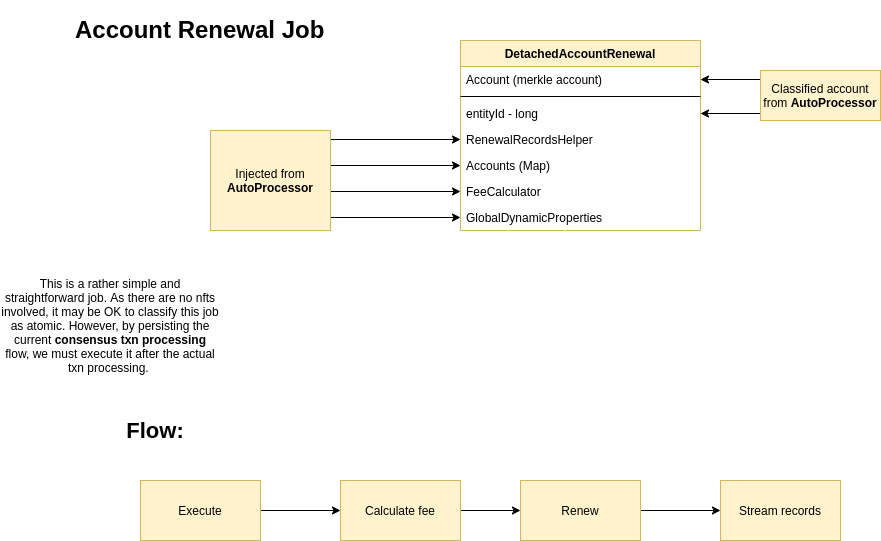
Above: docs/expiry-and-auto-renewal/images/DetachedAccountRenewal.png in hashgraph/hedera-services (draw.io), before the change. Source tidied: cells renumbered, new cells last; positions are measured from the earlier drawing's top-left corner, leaving out a move shared by most shapes. The source it was exported from:
```xml
<mxGraphModel background="#ffffff">
  <root>
    <mxCell id="0" />
    <mxCell id="1" parent="0" />
    <mxCell id="2" value="&lt;h1&gt;Account Renewal Job&lt;/h1&gt;" style="text;html=1;strokeColor=none;fillColor=none;spacing=5;spacingTop=-20;whiteSpace=wrap;overflow=hidden;rounded=0;" parent="1" vertex="1">
      <mxGeometry x="70" width="260" height="90" as="geometry" />
    </mxCell>
    <mxCell id="3" value="DetachedAccountRenewal" style="swimlane;fontStyle=1;align=center;verticalAlign=top;horizontal=1;startSize=26;fillColor=#fff2cc;strokeColor=#d6b656;" parent="1" vertex="1">
      <mxGeometry x="460" y="30" width="240" height="190" as="geometry" />
    </mxCell>
    <mxCell id="4" value="Account (merkle account)" style="text;strokeColor=none;fillColor=none;align=left;verticalAlign=top;spacingLeft=4;spacingRight=4;overflow=hidden;points=[[0,0.5],[1,0.5]];portConstraint=eastwest;" parent="3" vertex="1">
      <mxGeometry y="26" width="240" height="26" as="geometry" />
    </mxCell>
    <mxCell id="5" style="line;strokeWidth=1;fillColor=none;align=left;verticalAlign=middle;spacingTop=-1;spacingLeft=3;spacingRight=3;labelPosition=right;" parent="3" vertex="1">
      <mxGeometry y="52" width="240" height="8" as="geometry" />
    </mxCell>
    <mxCell id="6" value="entityId - long" style="text;strokeColor=none;fillColor=none;align=left;verticalAlign=top;spacingLeft=4;spacingRight=4;overflow=hidden;points=[[0,0.5],[1,0.5]];portConstraint=eastwest;" parent="3" vertex="1">
      <mxGeometry y="60" width="240" height="26" as="geometry" />
    </mxCell>
    <mxCell id="7" value="RenewalRecordsHelper" style="text;strokeColor=none;fillColor=none;align=left;verticalAlign=top;spacingLeft=4;spacingRight=4;overflow=hidden;points=[[0,0.5],[1,0.5]];portConstraint=eastwest;" parent="3" vertex="1">
      <mxGeometry y="86" width="240" height="26" as="geometry" />
    </mxCell>
    <mxCell id="8" value="Accounts (Map)" style="text;strokeColor=none;fillColor=none;align=left;verticalAlign=top;spacingLeft=4;spacingRight=4;overflow=hidden;points=[[0,0.5],[1,0.5]];portConstraint=eastwest;" parent="3" vertex="1">
      <mxGeometry y="112" width="240" height="26" as="geometry" />
    </mxCell>
    <mxCell id="9" value="FeeCalculator" style="text;strokeColor=none;fillColor=none;align=left;verticalAlign=top;spacingLeft=4;spacingRight=4;overflow=hidden;points=[[0,0.5],[1,0.5]];portConstraint=eastwest;" parent="3" vertex="1">
      <mxGeometry y="138" width="240" height="26" as="geometry" />
    </mxCell>
    <mxCell id="10" value="GlobalDynamicProperties" style="text;strokeColor=none;fillColor=none;align=left;verticalAlign=top;spacingLeft=4;spacingRight=4;overflow=hidden;points=[[0,0.5],[1,0.5]];portConstraint=eastwest;" parent="3" vertex="1">
      <mxGeometry y="164" width="240" height="26" as="geometry" />
    </mxCell>
    <mxCell id="11" style="endArrow=classic;html=1;entryX=1;entryY=0.5;entryDx=0;entryDy=0;" parent="1" edge="1" target="4">
      <mxGeometry relative="1" as="geometry">
        <mxPoint x="760" y="69" as="sourcePoint" />
      </mxGeometry>
    </mxCell>
    <mxCell id="12" style="endArrow=classic;html=1;entryX=1;entryY=0.5;entryDx=0;entryDy=0;" parent="1" edge="1" target="6">
      <mxGeometry relative="1" as="geometry">
        <mxPoint x="760" y="103" as="sourcePoint" />
      </mxGeometry>
    </mxCell>
    <mxCell id="13" value="Classified account from &lt;b&gt;AutoProcessor&lt;/b&gt;" style="rounded=0;whiteSpace=wrap;html=1;fillColor=#fff2cc;strokeColor=#d6b656;" parent="1" vertex="1">
      <mxGeometry x="760" y="60" width="120" height="50" as="geometry" />
    </mxCell>
    <mxCell id="14" style="endArrow=classic;html=1;entryX=0;entryY=0.5;entryDx=0;entryDy=0;" parent="1" edge="1" target="7">
      <mxGeometry relative="1" as="geometry">
        <mxPoint x="330" y="129" as="sourcePoint" />
      </mxGeometry>
    </mxCell>
    <mxCell id="15" style="endArrow=classic;html=1;entryX=0;entryY=0.5;entryDx=0;entryDy=0;" parent="1" edge="1" target="8">
      <mxGeometry relative="1" as="geometry">
        <mxPoint x="330" y="155" as="sourcePoint" />
      </mxGeometry>
    </mxCell>
    <mxCell id="16" style="endArrow=classic;html=1;entryX=0;entryY=0.5;entryDx=0;entryDy=0;" parent="1" edge="1" target="9">
      <mxGeometry relative="1" as="geometry">
        <mxPoint x="330" y="181" as="sourcePoint" />
      </mxGeometry>
    </mxCell>
    <mxCell id="17" style="endArrow=classic;html=1;entryX=0;entryY=0.5;entryDx=0;entryDy=0;" parent="1" edge="1" target="10">
      <mxGeometry relative="1" as="geometry">
        <mxPoint x="330" y="207" as="sourcePoint" />
      </mxGeometry>
    </mxCell>
    <mxCell id="18" value="Injected from &lt;b&gt;AutoProcessor&lt;/b&gt;" style="rounded=0;whiteSpace=wrap;html=1;fillColor=#fff2cc;strokeColor=#d6b656;" parent="1" vertex="1">
      <mxGeometry x="210" y="120" width="120" height="100" as="geometry" />
    </mxCell>
    <mxCell id="19" value="Flow:" style="text;html=1;strokeColor=none;fillColor=none;align=center;verticalAlign=middle;whiteSpace=wrap;rounded=0;fontSize=22;fontStyle=1;" parent="1" vertex="1">
      <mxGeometry x="70" y="390" width="170" height="60" as="geometry" />
    </mxCell>
    <mxCell id="20" style="edgeStyle=orthogonalEdgeStyle;rounded=0;jettySize=auto;html=1;fontSize=12;" parent="1" edge="1" source="21" target="23">
      <mxGeometry relative="1" as="geometry" />
    </mxCell>
    <mxCell id="21" value="Execute" style="rounded=0;whiteSpace=wrap;html=1;fontSize=12;fillColor=#fff2cc;strokeColor=#d6b656;" parent="1" vertex="1">
      <mxGeometry x="140" y="470" width="120" height="60" as="geometry" />
    </mxCell>
    <mxCell id="22" style="edgeStyle=orthogonalEdgeStyle;rounded=0;jettySize=auto;html=1;fontSize=12;" parent="1" edge="1" source="23" target="25">
      <mxGeometry relative="1" as="geometry" />
    </mxCell>
    <mxCell id="23" value="Calculate fee" style="whiteSpace=wrap;html=1;rounded=0;fillColor=#fff2cc;strokeColor=#d6b656;" parent="1" vertex="1">
      <mxGeometry x="340" y="470" width="120" height="60" as="geometry" />
    </mxCell>
    <mxCell id="24" style="edgeStyle=orthogonalEdgeStyle;rounded=0;jettySize=auto;html=1;fontSize=12;" parent="1" edge="1" source="25" target="26">
      <mxGeometry relative="1" as="geometry" />
    </mxCell>
    <mxCell id="25" value="Renew" style="whiteSpace=wrap;html=1;rounded=0;fillColor=#fff2cc;strokeColor=#d6b656;" parent="1" vertex="1">
      <mxGeometry x="520" y="470" width="120" height="60" as="geometry" />
    </mxCell>
    <mxCell id="26" value="Stream records" style="whiteSpace=wrap;html=1;rounded=0;fillColor=#fff2cc;strokeColor=#d6b656;" parent="1" vertex="1">
      <mxGeometry x="720" y="470" width="120" height="60" as="geometry" />
    </mxCell>
    <mxCell id="27" value="This is a rather simple and straightforward job. As there are no nfts involved, it may be OK to classify this job as atomic. However, by persisting the current &lt;b&gt;consensus txn processing&lt;/b&gt; flow, we must execute it after the actual txn processing.&amp;nbsp;" style="text;html=1;strokeColor=none;fillColor=none;align=center;verticalAlign=middle;whiteSpace=wrap;rounded=0;fontSize=12;" parent="1" vertex="1">
      <mxGeometry y="250" width="220" height="130" as="geometry" />
    </mxCell>
  </root>
</mxGraphModel>
```
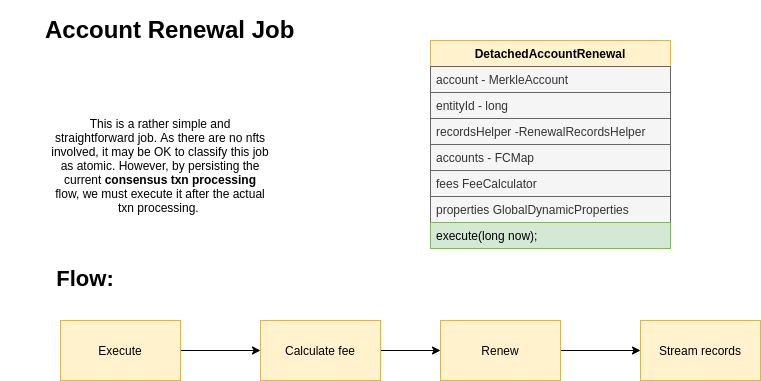
The same diagram one commit later.

Change to the diagram source:
```diff
@@ -6,91 +6,55 @@
       <mxGeometry x="70" width="260" height="90" as="geometry" />
     </mxCell>
     <mxCell id="3" value="DetachedAccountRenewal" style="swimlane;fontStyle=1;align=center;verticalAlign=top;horizontal=1;startSize=26;fillColor=#fff2cc;strokeColor=#d6b656;" parent="1" vertex="1">
-      <mxGeometry x="460" y="30" width="240" height="190" as="geometry" />
+      <mxGeometry x="460" y="30" width="240" height="208" as="geometry" />
     </mxCell>
-    <mxCell id="4" value="Account (merkle account)" style="text;strokeColor=none;fillColor=none;align=left;verticalAlign=top;spacingLeft=4;spacingRight=4;overflow=hidden;points=[[0,0.5],[1,0.5]];portConstraint=eastwest;" parent="3" vertex="1">
+    <mxCell id="4" value="account - MerkleAccount" style="text;strokeColor=#666666;fillColor=#f5f5f5;align=left;verticalAlign=top;spacingLeft=4;spacingRight=4;overflow=hidden;points=[[0,0.5],[1,0.5]];portConstraint=eastwest;fontColor=#333333;" parent="3" vertex="1">
       <mxGeometry y="26" width="240" height="26" as="geometry" />
     </mxCell>
-    <mxCell id="5" style="line;strokeWidth=1;fillColor=none;align=left;verticalAlign=middle;spacingTop=-1;spacingLeft=3;spacingRight=3;labelPosition=right;" parent="3" vertex="1">
-      <mxGeometry y="52" width="240" height="8" as="geometry" />
-    </mxCell>
-    <mxCell id="6" value="entityId - long" style="text;strokeColor=none;fillColor=none;align=left;verticalAlign=top;spacingLeft=4;spacingRight=4;overflow=hidden;points=[[0,0.5],[1,0.5]];portConstraint=eastwest;" parent="3" vertex="1">
-      <mxGeometry y="60" width="240" height="26" as="geometry" />
+    <mxCell id="6" value="entityId - long" style="text;strokeColor=#666666;fillColor=#f5f5f5;align=left;verticalAlign=top;spacingLeft=4;spacingRight=4;overflow=hidden;points=[[0,0.5],[1,0.5]];portConstraint=eastwest;fontColor=#333333;" parent="3" vertex="1">
+      <mxGeometry y="52" width="240" height="26" as="geometry" />
     </mxCell>
-    <mxCell id="7" value="RenewalRecordsHelper" style="text;strokeColor=none;fillColor=none;align=left;verticalAlign=top;spacingLeft=4;spacingRight=4;overflow=hidden;points=[[0,0.5],[1,0.5]];portConstraint=eastwest;" parent="3" vertex="1">
-      <mxGeometry y="86" width="240" height="26" as="geometry" />
+    <mxCell id="7" value="recordsHelper -RenewalRecordsHelper" style="text;strokeColor=#666666;fillColor=#f5f5f5;align=left;verticalAlign=top;spacingLeft=4;spacingRight=4;overflow=hidden;points=[[0,0.5],[1,0.5]];portConstraint=eastwest;fontColor=#333333;" parent="3" vertex="1">
+      <mxGeometry y="78" width="240" height="26" as="geometry" />
     </mxCell>
-    <mxCell id="8" value="Accounts (Map)" style="text;strokeColor=none;fillColor=none;align=left;verticalAlign=top;spacingLeft=4;spacingRight=4;overflow=hidden;points=[[0,0.5],[1,0.5]];portConstraint=eastwest;" parent="3" vertex="1">
-      <mxGeometry y="112" width="240" height="26" as="geometry" />
+    <mxCell id="8" value="accounts - FCMap" style="text;strokeColor=#666666;fillColor=#f5f5f5;align=left;verticalAlign=top;spacingLeft=4;spacingRight=4;overflow=hidden;points=[[0,0.5],[1,0.5]];portConstraint=eastwest;fontColor=#333333;" parent="3" vertex="1">
+      <mxGeometry y="104" width="240" height="26" as="geometry" />
     </mxCell>
-    <mxCell id="9" value="FeeCalculator" style="text;strokeColor=none;fillColor=none;align=left;verticalAlign=top;spacingLeft=4;spacingRight=4;overflow=hidden;points=[[0,0.5],[1,0.5]];portConstraint=eastwest;" parent="3" vertex="1">
-      <mxGeometry y="138" width="240" height="26" as="geometry" />
+    <mxCell id="9" value="fees FeeCalculator" style="text;strokeColor=#666666;fillColor=#f5f5f5;align=left;verticalAlign=top;spacingLeft=4;spacingRight=4;overflow=hidden;points=[[0,0.5],[1,0.5]];portConstraint=eastwest;fontColor=#333333;" parent="3" vertex="1">
+      <mxGeometry y="130" width="240" height="26" as="geometry" />
     </mxCell>
-    <mxCell id="10" value="GlobalDynamicProperties" style="text;strokeColor=none;fillColor=none;align=left;verticalAlign=top;spacingLeft=4;spacingRight=4;overflow=hidden;points=[[0,0.5],[1,0.5]];portConstraint=eastwest;" parent="3" vertex="1">
-      <mxGeometry y="164" width="240" height="26" as="geometry" />
+    <mxCell id="10" value="properties GlobalDynamicProperties" style="text;strokeColor=#666666;fillColor=#f5f5f5;align=left;verticalAlign=top;spacingLeft=4;spacingRight=4;overflow=hidden;points=[[0,0.5],[1,0.5]];portConstraint=eastwest;fontColor=#333333;" parent="3" vertex="1">
+      <mxGeometry y="156" width="240" height="26" as="geometry" />
     </mxCell>
-    <mxCell id="11" style="endArrow=classic;html=1;entryX=1;entryY=0.5;entryDx=0;entryDy=0;" parent="1" edge="1" target="4">
-      <mxGeometry relative="1" as="geometry">
-        <mxPoint x="760" y="69" as="sourcePoint" />
-      </mxGeometry>
-    </mxCell>
-    <mxCell id="12" style="endArrow=classic;html=1;entryX=1;entryY=0.5;entryDx=0;entryDy=0;" parent="1" edge="1" target="6">
-      <mxGeometry relative="1" as="geometry">
-        <mxPoint x="760" y="103" as="sourcePoint" />
-      </mxGeometry>
-    </mxCell>
-    <mxCell id="13" value="Classified account from &lt;b&gt;AutoProcessor&lt;/b&gt;" style="rounded=0;whiteSpace=wrap;html=1;fillColor=#fff2cc;strokeColor=#d6b656;" parent="1" vertex="1">
-      <mxGeometry x="760" y="60" width="120" height="50" as="geometry" />
-    </mxCell>
-    <mxCell id="14" style="endArrow=classic;html=1;entryX=0;entryY=0.5;entryDx=0;entryDy=0;" parent="1" edge="1" target="7">
-      <mxGeometry relative="1" as="geometry">
-        <mxPoint x="330" y="129" as="sourcePoint" />
-      </mxGeometry>
-    </mxCell>
-    <mxCell id="15" style="endArrow=classic;html=1;entryX=0;entryY=0.5;entryDx=0;entryDy=0;" parent="1" edge="1" target="8">
-      <mxGeometry relative="1" as="geometry">
-        <mxPoint x="330" y="155" as="sourcePoint" />
-      </mxGeometry>
-    </mxCell>
-    <mxCell id="16" style="endArrow=classic;html=1;entryX=0;entryY=0.5;entryDx=0;entryDy=0;" parent="1" edge="1" target="9">
-      <mxGeometry relative="1" as="geometry">
-        <mxPoint x="330" y="181" as="sourcePoint" />
-      </mxGeometry>
-    </mxCell>
-    <mxCell id="17" style="endArrow=classic;html=1;entryX=0;entryY=0.5;entryDx=0;entryDy=0;" parent="1" edge="1" target="10">
-      <mxGeometry relative="1" as="geometry">
-        <mxPoint x="330" y="207" as="sourcePoint" />
-      </mxGeometry>
-    </mxCell>
-    <mxCell id="18" value="Injected from &lt;b&gt;AutoProcessor&lt;/b&gt;" style="rounded=0;whiteSpace=wrap;html=1;fillColor=#fff2cc;strokeColor=#d6b656;" parent="1" vertex="1">
-      <mxGeometry x="210" y="120" width="120" height="100" as="geometry" />
-    </mxCell>
+    <mxCell id="28" value="execute(long now);" style="text;strokeColor=#82b366;fillColor=#d5e8d4;align=left;verticalAlign=top;spacingLeft=4;spacingRight=4;overflow=hidden;" parent="3" vertex="1">
+      <mxGeometry y="182" width="240" height="26" as="geometry" />
+    </mxCell>
     <mxCell id="19" value="Flow:" style="text;html=1;strokeColor=none;fillColor=none;align=center;verticalAlign=middle;whiteSpace=wrap;rounded=0;fontSize=22;fontStyle=1;" parent="1" vertex="1">
-      <mxGeometry x="70" y="390" width="170" height="60" as="geometry" />
+      <mxGeometry x="30" y="238" width="170" height="60" as="geometry" />
     </mxCell>
     <mxCell id="20" style="edgeStyle=orthogonalEdgeStyle;rounded=0;jettySize=auto;html=1;fontSize=12;" parent="1" edge="1" source="21" target="23">
       <mxGeometry relative="1" as="geometry" />
     </mxCell>
     <mxCell id="21" value="Execute" style="rounded=0;whiteSpace=wrap;html=1;fontSize=12;fillColor=#fff2cc;strokeColor=#d6b656;" parent="1" vertex="1">
-      <mxGeometry x="140" y="470" width="120" height="60" as="geometry" />
+      <mxGeometry x="90" y="310" width="120" height="60" as="geometry" />
     </mxCell>
     <mxCell id="22" style="edgeStyle=orthogonalEdgeStyle;rounded=0;jettySize=auto;html=1;fontSize=12;" parent="1" edge="1" source="23" target="25">
       <mxGeometry relative="1" as="geometry" />
     </mxCell>
     <mxCell id="23" value="Calculate fee" style="whiteSpace=wrap;html=1;rounded=0;fillColor=#fff2cc;strokeColor=#d6b656;" parent="1" vertex="1">
-      <mxGeometry x="340" y="470" width="120" height="60" as="geometry" />
+      <mxGeometry x="290" y="310" width="120" height="60" as="geometry" />
     </mxCell>
     <mxCell id="24" style="edgeStyle=orthogonalEdgeStyle;rounded=0;jettySize=auto;html=1;fontSize=12;" parent="1" edge="1" source="25" target="26">
       <mxGeometry relative="1" as="geometry" />
     </mxCell>
     <mxCell id="25" value="Renew" style="whiteSpace=wrap;html=1;rounded=0;fillColor=#fff2cc;strokeColor=#d6b656;" parent="1" vertex="1">
-      <mxGeometry x="520" y="470" width="120" height="60" as="geometry" />
+      <mxGeometry x="470" y="310" width="120" height="60" as="geometry" />
     </mxCell>
     <mxCell id="26" value="Stream records" style="whiteSpace=wrap;html=1;rounded=0;fillColor=#fff2cc;strokeColor=#d6b656;" parent="1" vertex="1">
-      <mxGeometry x="720" y="470" width="120" height="60" as="geometry" />
+      <mxGeometry x="670" y="310" width="120" height="60" as="geometry" />
     </mxCell>
     <mxCell id="27" value="This is a rather simple and straightforward job. As there are no nfts involved, it may be OK to classify this job as atomic. However, by persisting the current &lt;b&gt;consensus txn processing&lt;/b&gt; flow, we must execute it after the actual txn processing.&amp;nbsp;" style="text;html=1;strokeColor=none;fillColor=none;align=center;verticalAlign=middle;whiteSpace=wrap;rounded=0;fontSize=12;" parent="1" vertex="1">
-      <mxGeometry y="250" width="220" height="130" as="geometry" />
+      <mxGeometry x="80" y="90" width="220" height="130" as="geometry" />
     </mxCell>
   </root>
 </mxGraphModel>
```
